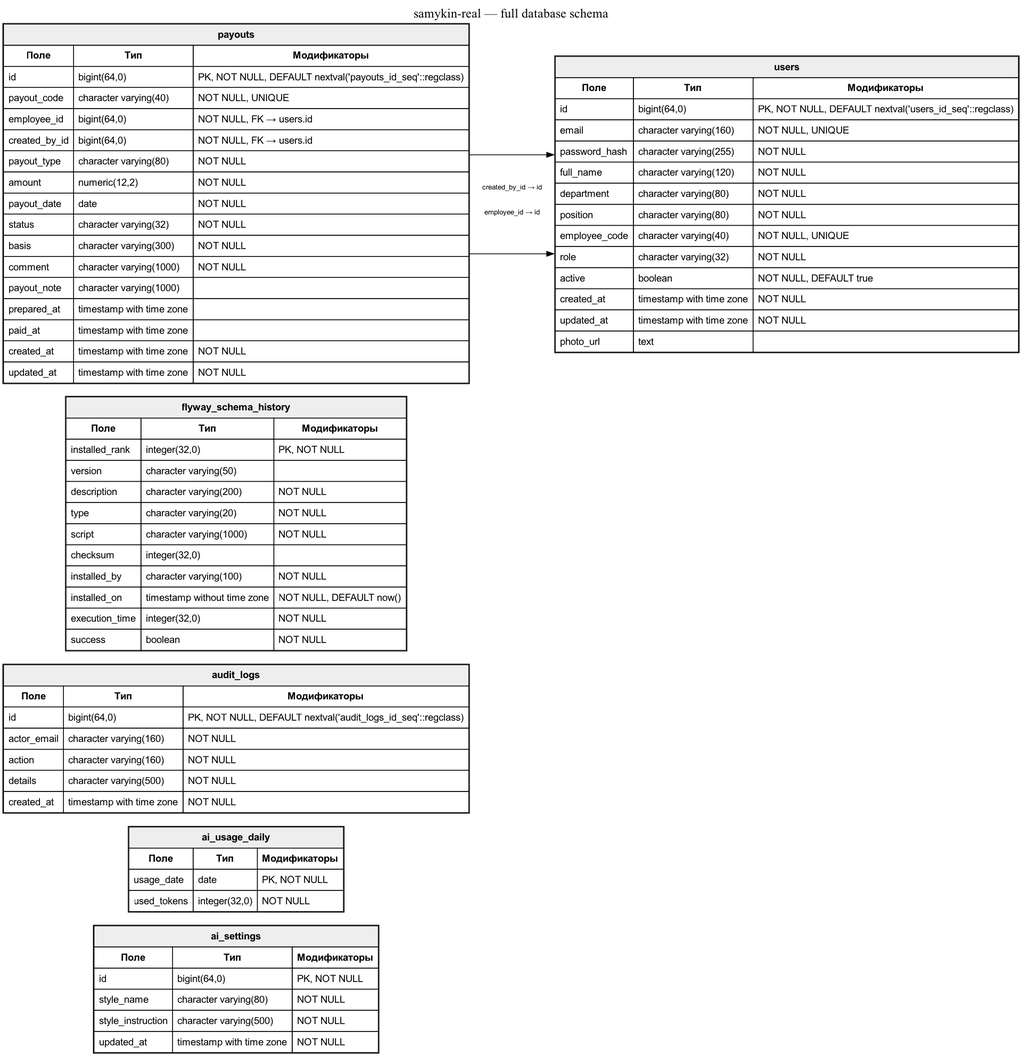
Earlier version of the Graphviz export database-screenshots/00-full-database-schema.png (diplomas-2026/samykin-real). Its source is kept beside it as database-screenshots/dot/00-full-database-schema.dot.
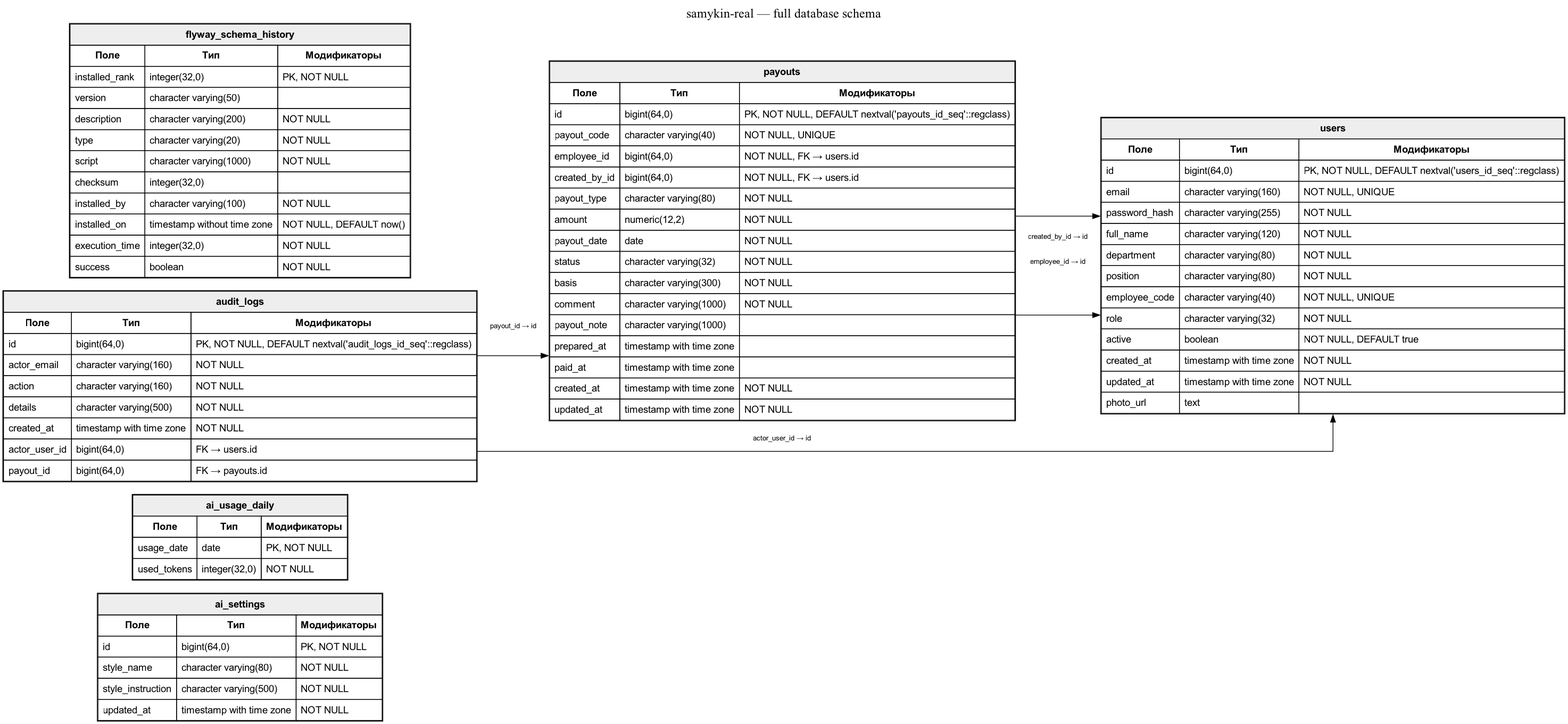
The same file after the commit.

Commit message:
Add database schema screenshots

Diff of the diagram source:
```diff
@@ -7,11 +7,13 @@
 
   "ai_settings" [label=<<TABLE BORDER="1" CELLBORDER="1" CELLSPACING="0" CELLPADDING="6"><TR><TD BGCOLOR="#eeeeee" COLSPAN="3"><B>ai_settings</B></TD></TR><TR><TD><B>Поле</B></TD><TD><B>Тип</B></TD><TD><B>Модификаторы</B></TD></TR><TR><TD ALIGN="LEFT">id</TD><TD ALIGN="LEFT">bigint(64,0)</TD><TD ALIGN="LEFT">PK, NOT NULL</TD></TR><TR><TD ALIGN="LEFT">style_name</TD><TD ALIGN="LEFT">character varying(80)</TD><TD ALIGN="LEFT">NOT NULL</TD></TR><TR><TD ALIGN="LEFT">style_instruction</TD><TD ALIGN="LEFT">character varying(500)</TD><TD ALIGN="LEFT">NOT NULL</TD></TR><TR><TD ALIGN="LEFT">updated_at</TD><TD ALIGN="LEFT">timestamp with time zone</TD><TD ALIGN="LEFT">NOT NULL</TD></TR></TABLE>>];
   "ai_usage_daily" [label=<<TABLE BORDER="1" CELLBORDER="1" CELLSPACING="0" CELLPADDING="6"><TR><TD BGCOLOR="#eeeeee" COLSPAN="3"><B>ai_usage_daily</B></TD></TR><TR><TD><B>Поле</B></TD><TD><B>Тип</B></TD><TD><B>Модификаторы</B></TD></TR><TR><TD ALIGN="LEFT">usage_date</TD><TD ALIGN="LEFT">date</TD><TD ALIGN="LEFT">PK, NOT NULL</TD></TR><TR><TD ALIGN="LEFT">used_tokens</TD><TD ALIGN="LEFT">integer(32,0)</TD><TD ALIGN="LEFT">NOT NULL</TD></TR></TABLE>>];
-  "audit_logs" [label=<<TABLE BORDER="1" CELLBORDER="1" CELLSPACING="0" CELLPADDING="6"><TR><TD BGCOLOR="#eeeeee" COLSPAN="3"><B>audit_logs</B></TD></TR><TR><TD><B>Поле</B></TD><TD><B>Тип</B></TD><TD><B>Модификаторы</B></TD></TR><TR><TD ALIGN="LEFT">id</TD><TD ALIGN="LEFT">bigint(64,0)</TD><TD ALIGN="LEFT">PK, NOT NULL, DEFAULT nextval(&#x27;audit_logs_id_seq&#x27;::regclass)</TD></TR><TR><TD ALIGN="LEFT">actor_email</TD><TD ALIGN="LEFT">character varying(160)</TD><TD ALIGN="LEFT">NOT NULL</TD></TR><TR><TD ALIGN="LEFT">action</TD><TD ALIGN="LEFT">character varying(160)</TD><TD ALIGN="LEFT">NOT NULL</TD></TR><TR><TD ALIGN="LEFT">details</TD><TD ALIGN="LEFT">character varying(500)</TD><TD ALIGN="LEFT">NOT NULL</TD></TR><TR><TD ALIGN="LEFT">created_at</TD><TD ALIGN="LEFT">timestamp with time zone</TD><TD ALIGN="LEFT">NOT NULL</TD></TR></TABLE>>];
+  "audit_logs" [label=<<TABLE BORDER="1" CELLBORDER="1" CELLSPACING="0" CELLPADDING="6"><TR><TD BGCOLOR="#eeeeee" COLSPAN="3"><B>audit_logs</B></TD></TR><TR><TD><B>Поле</B></TD><TD><B>Тип</B></TD><TD><B>Модификаторы</B></TD></TR><TR><TD ALIGN="LEFT">id</TD><TD ALIGN="LEFT">bigint(64,0)</TD><TD ALIGN="LEFT">PK, NOT NULL, DEFAULT nextval(&#x27;audit_logs_id_seq&#x27;::regclass)</TD></TR><TR><TD ALIGN="LEFT">actor_email</TD><TD ALIGN="LEFT">character varying(160)</TD><TD ALIGN="LEFT">NOT NULL</TD></TR><TR><TD ALIGN="LEFT">action</TD><TD ALIGN="LEFT">character varying(160)</TD><TD ALIGN="LEFT">NOT NULL</TD></TR><TR><TD ALIGN="LEFT">details</TD><TD ALIGN="LEFT">character varying(500)</TD><TD ALIGN="LEFT">NOT NULL</TD></TR><TR><TD ALIGN="LEFT">created_at</TD><TD ALIGN="LEFT">timestamp with time zone</TD><TD ALIGN="LEFT">NOT NULL</TD></TR><TR><TD ALIGN="LEFT">actor_user_id</TD><TD ALIGN="LEFT">bigint(64,0)</TD><TD ALIGN="LEFT">FK → users.id</TD></TR><TR><TD ALIGN="LEFT">payout_id</TD><TD ALIGN="LEFT">bigint(64,0)</TD><TD ALIGN="LEFT">FK → payouts.id</TD></TR></TABLE>>];
   "flyway_schema_history" [label=<<TABLE BORDER="1" CELLBORDER="1" CELLSPACING="0" CELLPADDING="6"><TR><TD BGCOLOR="#eeeeee" COLSPAN="3"><B>flyway_schema_history</B></TD></TR><TR><TD><B>Поле</B></TD><TD><B>Тип</B></TD><TD><B>Модификаторы</B></TD></TR><TR><TD ALIGN="LEFT">installed_rank</TD><TD ALIGN="LEFT">integer(32,0)</TD><TD ALIGN="LEFT">PK, NOT NULL</TD></TR><TR><TD ALIGN="LEFT">version</TD><TD ALIGN="LEFT">character varying(50)</TD><TD ALIGN="LEFT"></TD></TR><TR><TD ALIGN="LEFT">description</TD><TD ALIGN="LEFT">character varying(200)</TD><TD ALIGN="LEFT">NOT NULL</TD></TR><TR><TD ALIGN="LEFT">type</TD><TD ALIGN="LEFT">character varying(20)</TD><TD ALIGN="LEFT">NOT NULL</TD></TR><TR><TD ALIGN="LEFT">script</TD><TD ALIGN="LEFT">character varying(1000)</TD><TD ALIGN="LEFT">NOT NULL</TD></TR><TR><TD ALIGN="LEFT">checksum</TD><TD ALIGN="LEFT">integer(32,0)</TD><TD ALIGN="LEFT"></TD></TR><TR><TD ALIGN="LEFT">installed_by</TD><TD ALIGN="LEFT">character varying(100)</TD><TD ALIGN="LEFT">NOT NULL</TD></TR><TR><TD ALIGN="LEFT">installed_on</TD><TD ALIGN="LEFT">timestamp without time zone</TD><TD ALIGN="LEFT">NOT NULL, DEFAULT now()</TD></TR><TR><TD ALIGN="LEFT">execution_time</TD><TD ALIGN="LEFT">integer(32,0)</TD><TD ALIGN="LEFT">NOT NULL</TD></TR><TR><TD ALIGN="LEFT">success</TD><TD ALIGN="LEFT">boolean</TD><TD ALIGN="LEFT">NOT NULL</TD></TR></TABLE>>];
   "payouts" [label=<<TABLE BORDER="1" CELLBORDER="1" CELLSPACING="0" CELLPADDING="6"><TR><TD BGCOLOR="#eeeeee" COLSPAN="3"><B>payouts</B></TD></TR><TR><TD><B>Поле</B></TD><TD><B>Тип</B></TD><TD><B>Модификаторы</B></TD></TR><TR><TD ALIGN="LEFT">id</TD><TD ALIGN="LEFT">bigint(64,0)</TD><TD ALIGN="LEFT">PK, NOT NULL, DEFAULT nextval(&#x27;payouts_id_seq&#x27;::regclass)</TD></TR><TR><TD ALIGN="LEFT">payout_code</TD><TD ALIGN="LEFT">character varying(40)</TD><TD ALIGN="LEFT">NOT NULL, UNIQUE</TD></TR><TR><TD ALIGN="LEFT">employee_id</TD><TD ALIGN="LEFT">bigint(64,0)</TD><TD ALIGN="LEFT">NOT NULL, FK → users.id</TD></TR><TR><TD ALIGN="LEFT">created_by_id</TD><TD ALIGN="LEFT">bigint(64,0)</TD><TD ALIGN="LEFT">NOT NULL, FK → users.id</TD></TR><TR><TD ALIGN="LEFT">payout_type</TD><TD ALIGN="LEFT">character varying(80)</TD><TD ALIGN="LEFT">NOT NULL</TD></TR><TR><TD ALIGN="LEFT">amount</TD><TD ALIGN="LEFT">numeric(12,2)</TD><TD ALIGN="LEFT">NOT NULL</TD></TR><TR><TD ALIGN="LEFT">payout_date</TD><TD ALIGN="LEFT">date</TD><TD ALIGN="LEFT">NOT NULL</TD></TR><TR><TD ALIGN="LEFT">status</TD><TD ALIGN="LEFT">character varying(32)</TD><TD ALIGN="LEFT">NOT NULL</TD></TR><TR><TD ALIGN="LEFT">basis</TD><TD ALIGN="LEFT">character varying(300)</TD><TD ALIGN="LEFT">NOT NULL</TD></TR><TR><TD ALIGN="LEFT">comment</TD><TD ALIGN="LEFT">character varying(1000)</TD><TD ALIGN="LEFT">NOT NULL</TD></TR><TR><TD ALIGN="LEFT">payout_note</TD><TD ALIGN="LEFT">character varying(1000)</TD><TD ALIGN="LEFT"></TD></TR><TR><TD ALIGN="LEFT">prepared_at</TD><TD ALIGN="LEFT">timestamp with time zone</TD><TD ALIGN="LEFT"></TD></TR><TR><TD ALIGN="LEFT">paid_at</TD><TD ALIGN="LEFT">timestamp with time zone</TD><TD ALIGN="LEFT"></TD></TR><TR><TD ALIGN="LEFT">created_at</TD><TD ALIGN="LEFT">timestamp with time zone</TD><TD ALIGN="LEFT">NOT NULL</TD></TR><TR><TD ALIGN="LEFT">updated_at</TD><TD ALIGN="LEFT">timestamp with time zone</TD><TD ALIGN="LEFT">NOT NULL</TD></TR></TABLE>>];
   "users" [label=<<TABLE BORDER="1" CELLBORDER="1" CELLSPACING="0" CELLPADDING="6"><TR><TD BGCOLOR="#eeeeee" COLSPAN="3"><B>users</B></TD></TR><TR><TD><B>Поле</B></TD><TD><B>Тип</B></TD><TD><B>Модификаторы</B></TD></TR><TR><TD ALIGN="LEFT">id</TD><TD ALIGN="LEFT">bigint(64,0)</TD><TD ALIGN="LEFT">PK, NOT NULL, DEFAULT nextval(&#x27;users_id_seq&#x27;::regclass)</TD></TR><TR><TD ALIGN="LEFT">email</TD><TD ALIGN="LEFT">character varying(160)</TD><TD ALIGN="LEFT">NOT NULL, UNIQUE</TD></TR><TR><TD ALIGN="LEFT">password_hash</TD><TD ALIGN="LEFT">character varying(255)</TD><TD ALIGN="LEFT">NOT NULL</TD></TR><TR><TD ALIGN="LEFT">full_name</TD><TD ALIGN="LEFT">character varying(120)</TD><TD ALIGN="LEFT">NOT NULL</TD></TR><TR><TD ALIGN="LEFT">department</TD><TD ALIGN="LEFT">character varying(80)</TD><TD ALIGN="LEFT">NOT NULL</TD></TR><TR><TD ALIGN="LEFT">position</TD><TD ALIGN="LEFT">character varying(80)</TD><TD ALIGN="LEFT">NOT NULL</TD></TR><TR><TD ALIGN="LEFT">employee_code</TD><TD ALIGN="LEFT">character varying(40)</TD><TD ALIGN="LEFT">NOT NULL, UNIQUE</TD></TR><TR><TD ALIGN="LEFT">role</TD><TD ALIGN="LEFT">character varying(32)</TD><TD ALIGN="LEFT">NOT NULL</TD></TR><TR><TD ALIGN="LEFT">active</TD><TD ALIGN="LEFT">boolean</TD><TD ALIGN="LEFT">NOT NULL, DEFAULT true</TD></TR><TR><TD ALIGN="LEFT">created_at</TD><TD ALIGN="LEFT">timestamp with time zone</TD><TD ALIGN="LEFT">NOT NULL</TD></TR><TR><TD ALIGN="LEFT">updated_at</TD><TD ALIGN="LEFT">timestamp with time zone</TD><TD ALIGN="LEFT">NOT NULL</TD></TR><TR><TD ALIGN="LEFT">photo_url</TD><TD ALIGN="LEFT">text</TD><TD ALIGN="LEFT"></TD></TR></TABLE>>];
 
+  "audit_logs" -> "users" [label="actor_user_id → id"];
+  "audit_logs" -> "payouts" [label="payout_id → id"];
   "payouts" -> "users" [label="created_by_id → id"];
   "payouts" -> "users" [label="employee_id → id"];
 }
```
